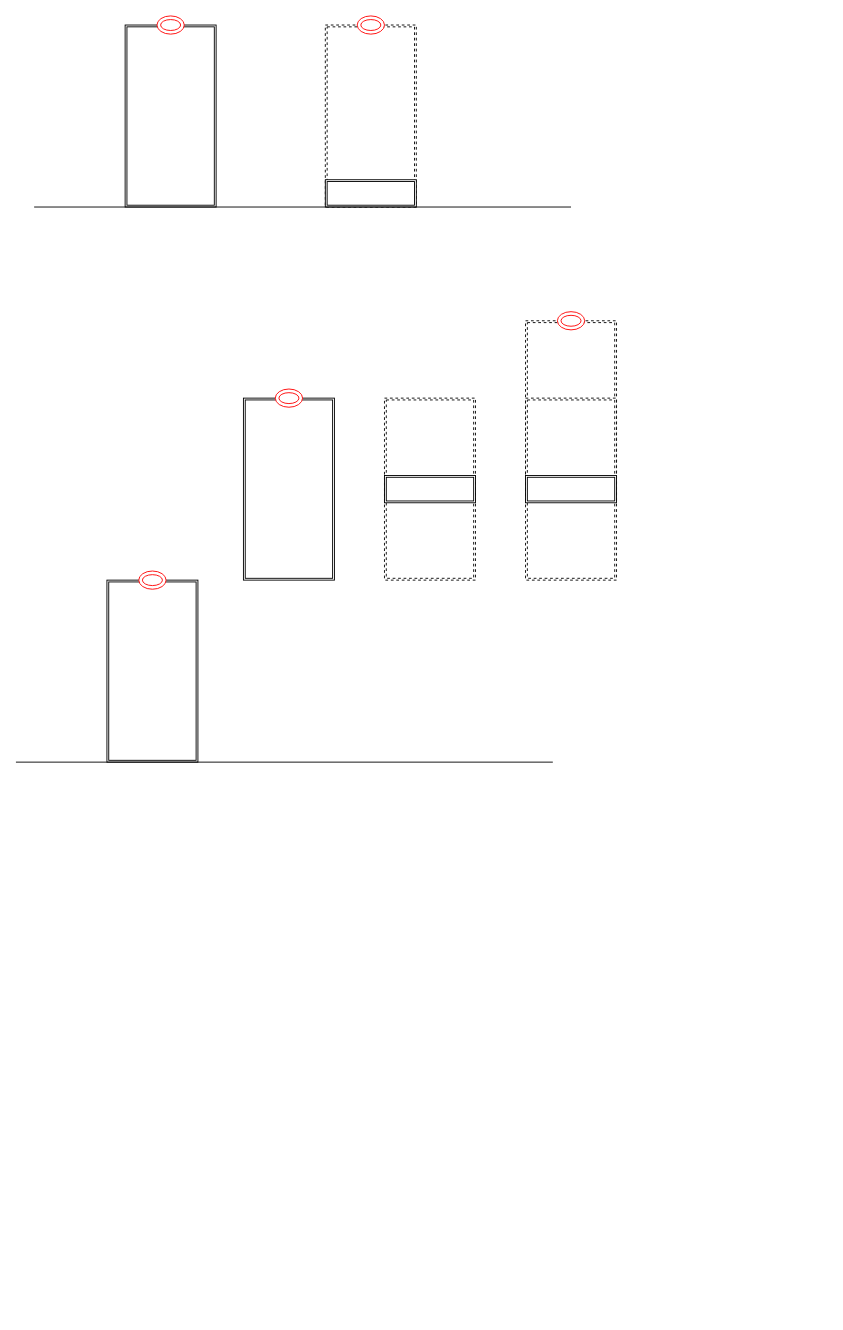
Before: TTF.drawio in iaminglin/drawio, a draw.io diagram. Source tidied: cells renumbered, new cells numbered last; positions are measured from the earlier drawing's top-left corner, leaving out a move shared by most shapes. Both pictures are drawn from the tidied source at 91%, with x=0, y=0 at pixel (15, 15).
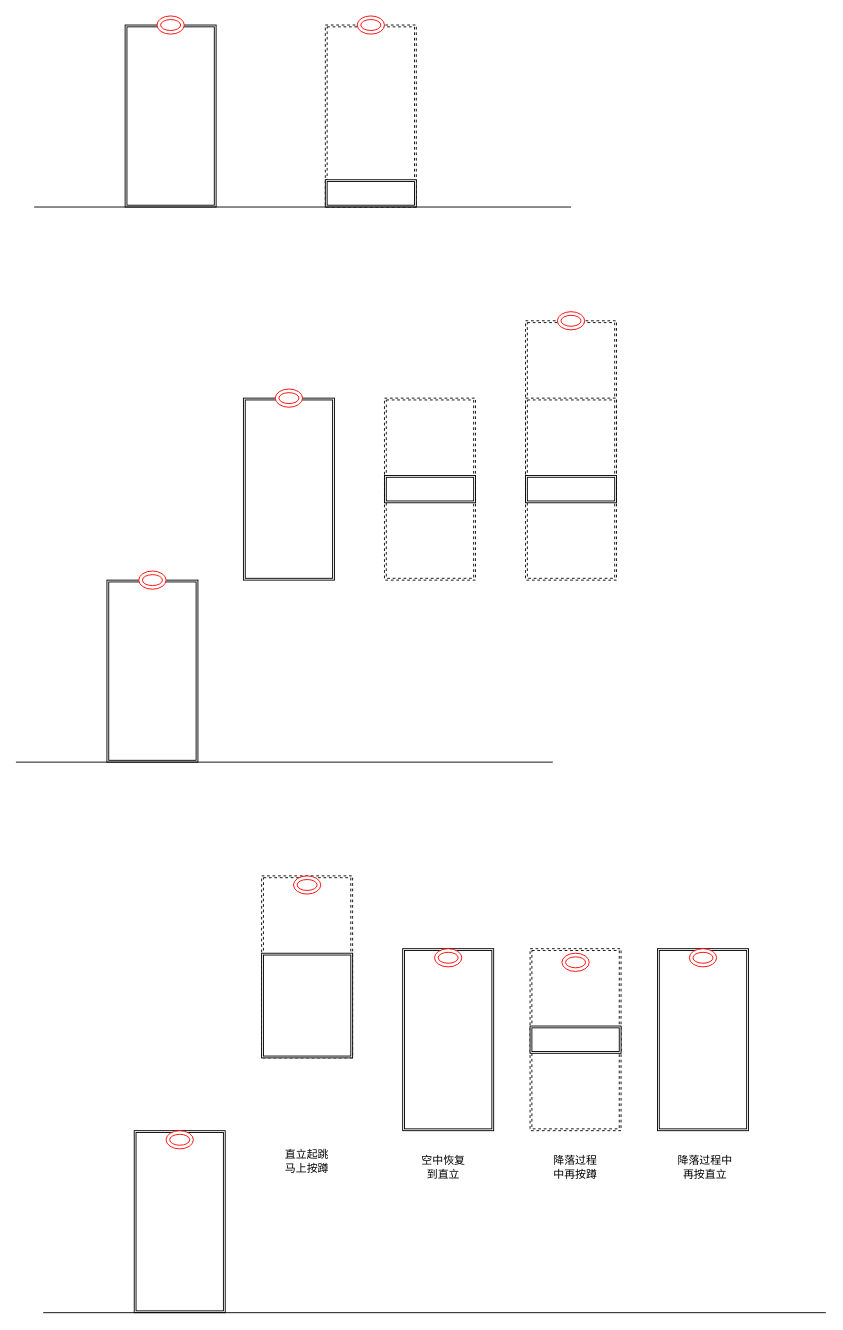
Above is the later version.

What changed in the source:
```diff
@@
+    <mxCell id="19" style="shape=ext;double=1;whiteSpace=wrap;html=1;dashed=1;" parent="1" vertex="1">
+      <mxGeometry x="270" y="945" width="100" height="200" as="geometry" />
+    </mxCell>
@@
+    <mxCell id="20" style="shape=ext;double=1;whiteSpace=wrap;html=1;" parent="1" vertex="1">
+      <mxGeometry x="270" y="1030" width="100" height="115" as="geometry" />
+    </mxCell>
+    <mxCell id="21" style="shape=ext;double=1;whiteSpace=wrap;html=1;" parent="1" vertex="1">
+      <mxGeometry x="130" y="1225" width="100" height="200" as="geometry" />
+    </mxCell>
+    <mxCell id="22" style="ellipse;shape=doubleEllipse;whiteSpace=wrap;html=1;strokeColor=#FF0000;" parent="1" vertex="1">
+      <mxGeometry x="165" y="1225" width="30" height="20" as="geometry" />
+    </mxCell>
+    <mxCell id="23" style="endArrow=none;html=1;" parent="1" edge="1">
+      <mxGeometry relative="1" as="geometry">
+        <mxPoint x="30" y="1425" as="sourcePoint" />
+        <mxPoint x="890" y="1425" as="targetPoint" />
+      </mxGeometry>
+    </mxCell>
+    <mxCell id="24" style="ellipse;shape=doubleEllipse;whiteSpace=wrap;html=1;strokeColor=#FF0000;" parent="1" vertex="1">
+      <mxGeometry x="305" y="945" width="30" height="20" as="geometry" />
+    </mxCell>
+    <mxCell id="25" style="shape=ext;double=1;whiteSpace=wrap;html=1;" parent="1" vertex="1">
+      <mxGeometry x="425" y="1025" width="100" height="200" as="geometry" />
+    </mxCell>
+    <mxCell id="26" style="ellipse;shape=doubleEllipse;whiteSpace=wrap;html=1;strokeColor=#FF0000;" parent="1" vertex="1">
+      <mxGeometry x="460" y="1025" width="30" height="20" as="geometry" />
+    </mxCell>
+    <mxCell id="27" style="shape=ext;double=1;whiteSpace=wrap;html=1;dashed=1;" parent="1" vertex="1">
+      <mxGeometry x="565" y="1025" width="100" height="200" as="geometry" />
+    </mxCell>
+    <mxCell id="28" style="shape=ext;double=1;whiteSpace=wrap;html=1;" parent="1" vertex="1">
+      <mxGeometry x="565" y="1110" width="100" height="30" as="geometry" />
+    </mxCell>
+    <mxCell id="29" style="ellipse;shape=doubleEllipse;whiteSpace=wrap;html=1;strokeColor=#FF0000;" parent="1" vertex="1">
+      <mxGeometry x="600" y="1030" width="30" height="20" as="geometry" />
+    </mxCell>
+    <mxCell id="30" style="shape=ext;double=1;whiteSpace=wrap;html=1;" parent="1" vertex="1">
+      <mxGeometry x="705" y="1025" width="100" height="200" as="geometry" />
+    </mxCell>
+    <mxCell id="31" style="ellipse;shape=doubleEllipse;whiteSpace=wrap;html=1;strokeColor=#FF0000;" parent="1" vertex="1">
+      <mxGeometry x="740" y="1025" width="30" height="20" as="geometry" />
+    </mxCell>
+    <mxCell id="32" value="直立起跳马上按蹲" style="text;html=1;strokeColor=none;fillColor=none;align=center;verticalAlign=middle;whiteSpace=wrap;rounded=0;" parent="1" vertex="1">
+      <mxGeometry x="290" y="1244" width="60" height="30" as="geometry" />
+    </mxCell>
+    <mxCell id="33" value="空中恢复到直立" style="text;html=1;strokeColor=none;fillColor=none;align=center;verticalAlign=middle;whiteSpace=wrap;rounded=0;" parent="1" vertex="1">
+      <mxGeometry x="440" y="1250" width="60" height="30" as="geometry" />
+    </mxCell>
+    <mxCell id="34" value="降落过程中再按蹲" style="text;html=1;strokeColor=none;fillColor=none;align=center;verticalAlign=middle;whiteSpace=wrap;rounded=0;" parent="1" vertex="1">
+      <mxGeometry x="585" y="1250" width="60" height="30" as="geometry" />
+    </mxCell>
+    <mxCell id="35" value="降落过程中再按直立" style="text;html=1;strokeColor=none;fillColor=none;align=center;verticalAlign=middle;whiteSpace=wrap;rounded=0;" parent="1" vertex="1">
+      <mxGeometry x="725" y="1250" width="65" height="30" as="geometry" />
+    </mxCell>
```
